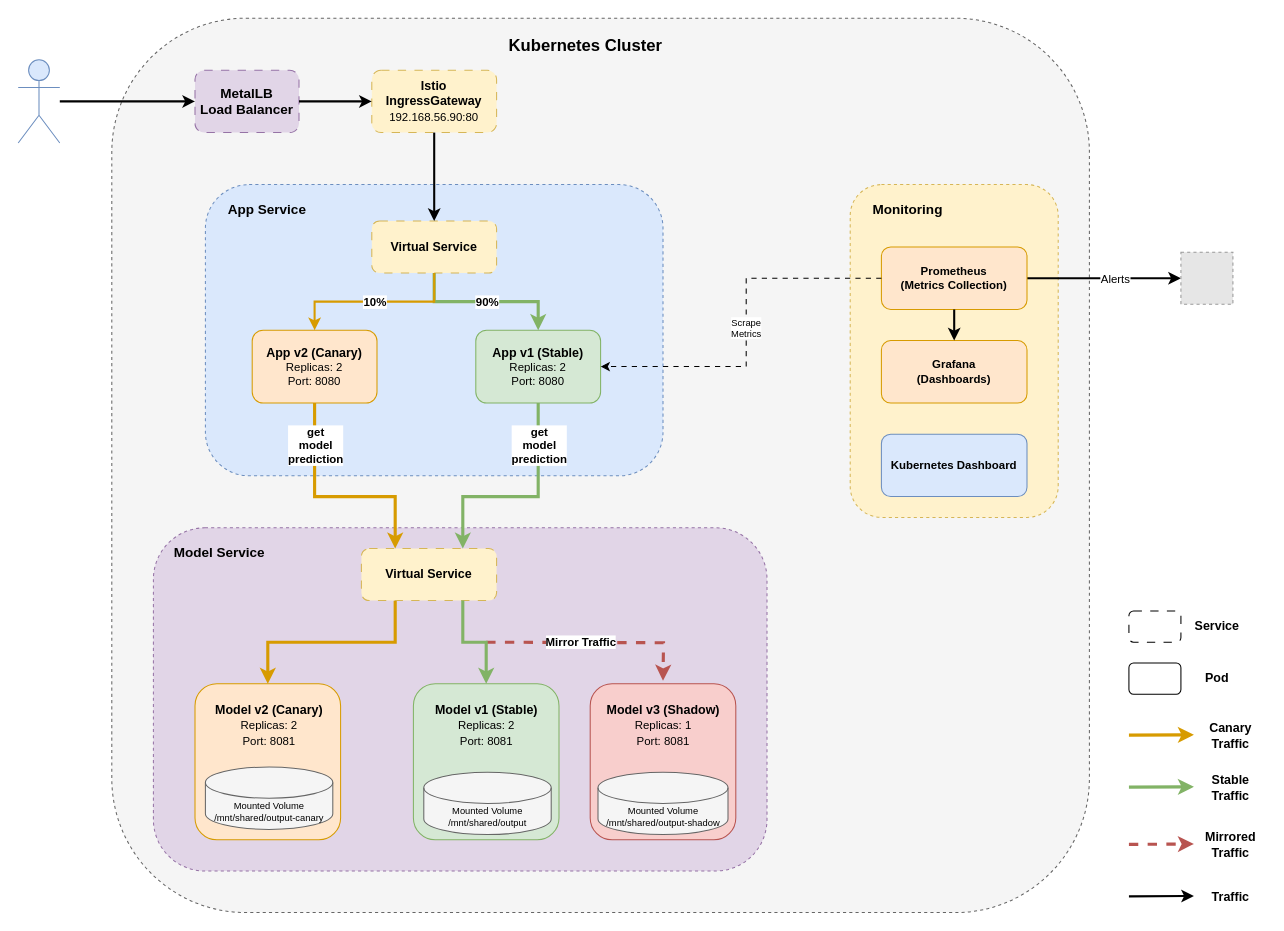
The draw.io diagram docs/attachments/deployment-architecture.drawio in doda25-team15/operation, before the edit. Source tidied: cells renumbered, new cells numbered last; positions are measured from the earlier drawing's top-left corner, leaving out a move shared by most shapes. Both pictures are drawn from the tidied source at 104%, with x=0, y=0 at pixel (18, 18). Pictures stored in the file or linked from it are replaced by grey dashed boxes.
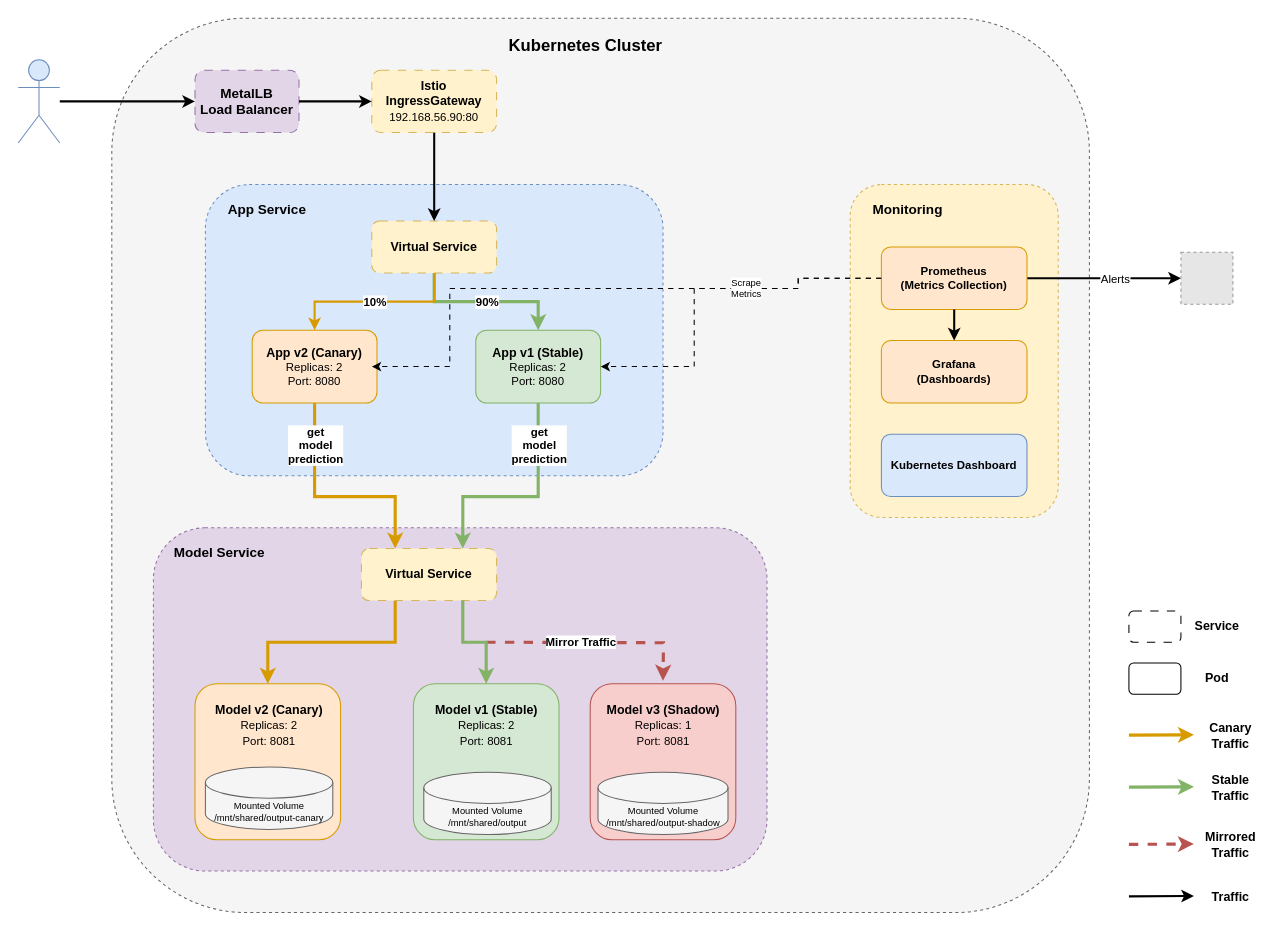
The same diagram, later.

Commit message (it also covers changes not shown here):
adjust deployment diagram

Unchanged cells that the change refers to:
```xml
<mxCell id="12" value="&lt;font style=&quot;font-size: 12px;&quot;&gt;&lt;b style=&quot;&quot;&gt;App v1 (Stable)&lt;/b&gt;&lt;br&gt;&lt;/font&gt;Replicas: 2&lt;br&gt;Port: 8080" style="rounded=1;whiteSpace=wrap;html=1;fillColor=#d5e8d4;strokeColor=#82b366;fontSize=11;" parent="1" vertex="1">
  <mxGeometry x="440" y="300" width="120" height="70" as="geometry" />
</mxCell>
<mxCell id="27" value="Prometheus&lt;br&gt;(Metrics Collection)" style="rounded=1;whiteSpace=wrap;html=1;fillColor=#ffe6cc;strokeColor=#d79b00;fontSize=11;fontStyle=1;" parent="1" vertex="1">
  <mxGeometry x="830" y="220" width="140" height="60" as="geometry" />
</mxCell>
```

What changed in the source:
```diff
@@
+    <mxCell id="59" style="edgeStyle=orthogonalEdgeStyle;rounded=0;orthogonalLoop=1;jettySize=auto;html=1;entryX=1;entryY=0.5;entryDx=0;entryDy=0;dashed=1;dashPattern=5 5;strokeColor=default;strokeWidth=1;align=center;verticalAlign=middle;fontFamily=Helvetica;fontSize=9;fontColor=default;labelBackgroundColor=default;endArrow=classic;" parent="1" edge="1">
+      <mxGeometry relative="1" as="geometry">
+        <mxPoint x="830" y="250" as="sourcePoint" />
+        <mxPoint x="340" y="335" as="targetPoint" />
+        <Array as="points">
+          <mxPoint x="750" y="250" />
+          <mxPoint x="750" y="260" />
+          <mxPoint x="415" y="260" />
+          <mxPoint x="415" y="335" />
+        </Array>
+      </mxGeometry>
+    </mxCell>
@@
     <mxCell id="30" value="Scrape&lt;br&gt;Metrics" style="edgeStyle=orthogonalEdgeStyle;rounded=0;jettySize=auto;html=1;strokeWidth=1;dashed=1;dashPattern=5 5;fontSize=9;exitX=0;exitY=0.5;exitDx=0;exitDy=0;" parent="1" edge="1" source="27" target="12">
-      <mxGeometry relative="1" as="geometry">
+      <mxGeometry x="-0.21" relative="1" as="geometry">
         <Array as="points">
-          <mxPoint x="700" y="250" />
-          <mxPoint x="700" y="335" />
+          <mxPoint x="750" y="250" />
+          <mxPoint x="750" y="260" />
+          <mxPoint x="650" y="260" />
+          <mxPoint x="650" y="335" />
         </Array>
       </mxGeometry>
     </mxCell>
```
